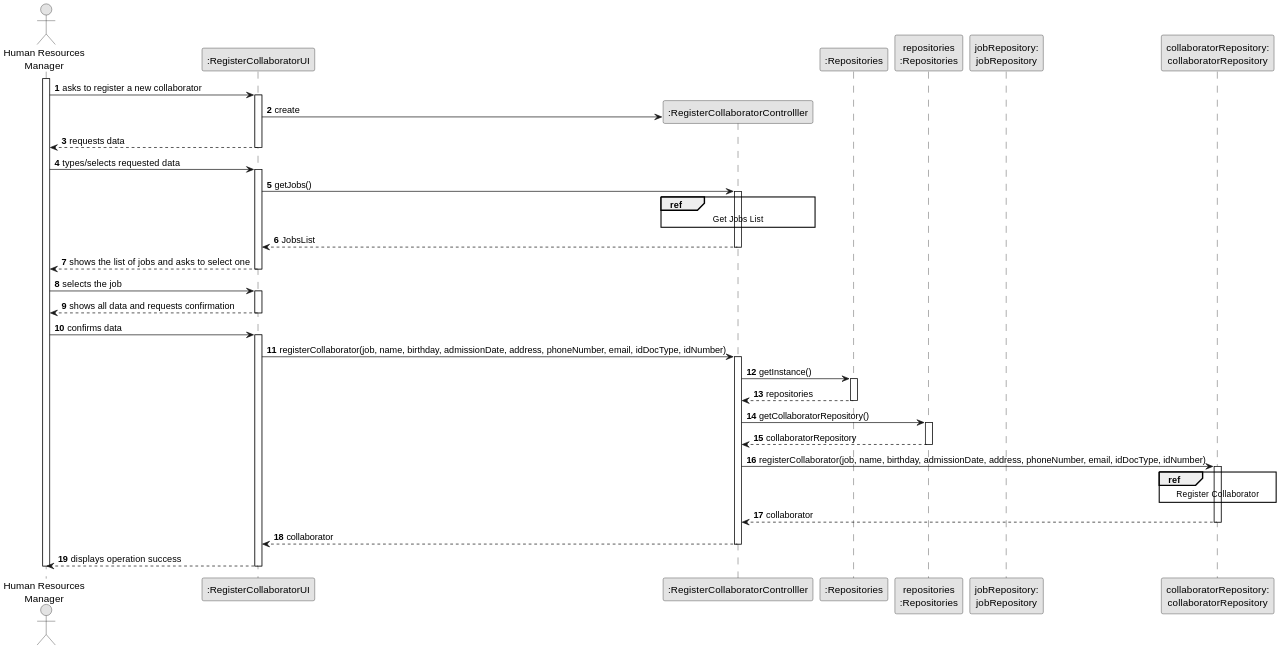
daniel41silva05/ISEP_2023_2024_LAPR2 keeps this PlantUML diagram as docs/sprintA&B/us003/03.design/svg/us003-sequence-diagram-split.svg. Above is the earlier version.
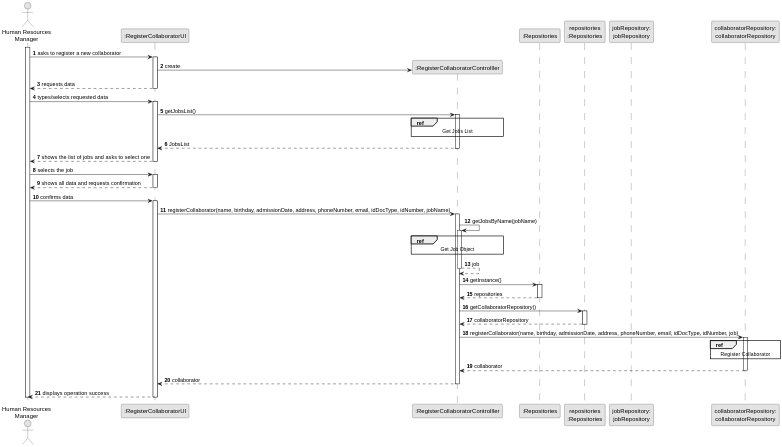
After the commit.

The edit, as a diff of the source:
```diff
@@ -26,7 +26,7 @@
     HRM -> UI : types/selects requested data
     activate UI
 
-        UI -> CTRL : getJobs()
+        UI -> CTRL : getJobsList()
         activate CTRL
 
             ref over CTRL
@@ -48,8 +48,18 @@
     HRM -> UI : confirms data
     activate UI
 
-        UI -> CTRL: registerCollaborator(job, name, birthday, admissionDate, address, phoneNumber, email, idDocType, idNumber)
+        UI -> CTRL: registerCollaborator(name, birthday, admissionDate, address, phoneNumber, email, idDocType, idNumber, jobName)
         activate CTRL
+
+            CTRL -> CTRL: getJobsByName(jobName)
+            activate CTRL
+
+                ref over CTRL
+                    Get Job Object
+                end ref
+
+            CTRL --> CTRL: job
+            deactivate CTRL
 
             CTRL -> REP: getInstance()
             activate REP
@@ -63,7 +73,7 @@
             REPS --> CTRL: collaboratorRepository
             deactivate REPS
 
-            CTRL -> collaboratorRepository: registerCollaborator(job, name, birthday, admissionDate, address, phoneNumber, email, idDocType, idNumber)
+            CTRL -> collaboratorRepository: registerCollaborator(name, birthday, admissionDate, address, phoneNumber, email, idDocType, idNumber, job)
             activate collaboratorRepository
 
                 ref over collaboratorRepository
```
